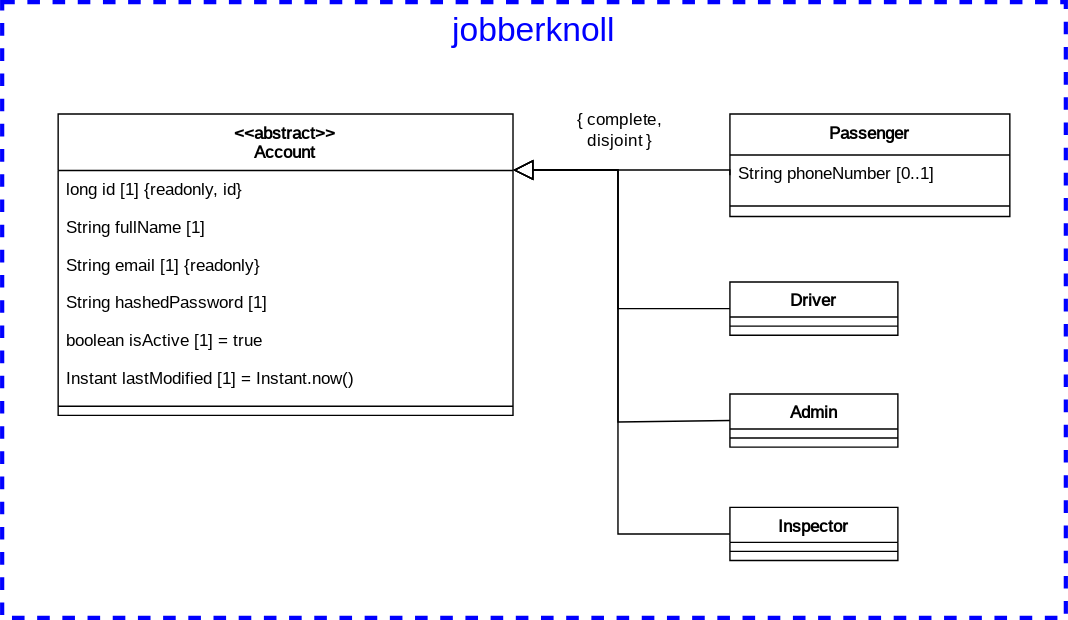
Above: documentation/course/e2/images/class-diagram-jobberknoll.drawio.svg in PWR-ACS-SE-24/SoftwareSystemDesign (draw.io), before the change. Source tidied: cells renumbered, new cells last; positions are measured from the earlier drawing's top-left corner, leaving out a move shared by most shapes.
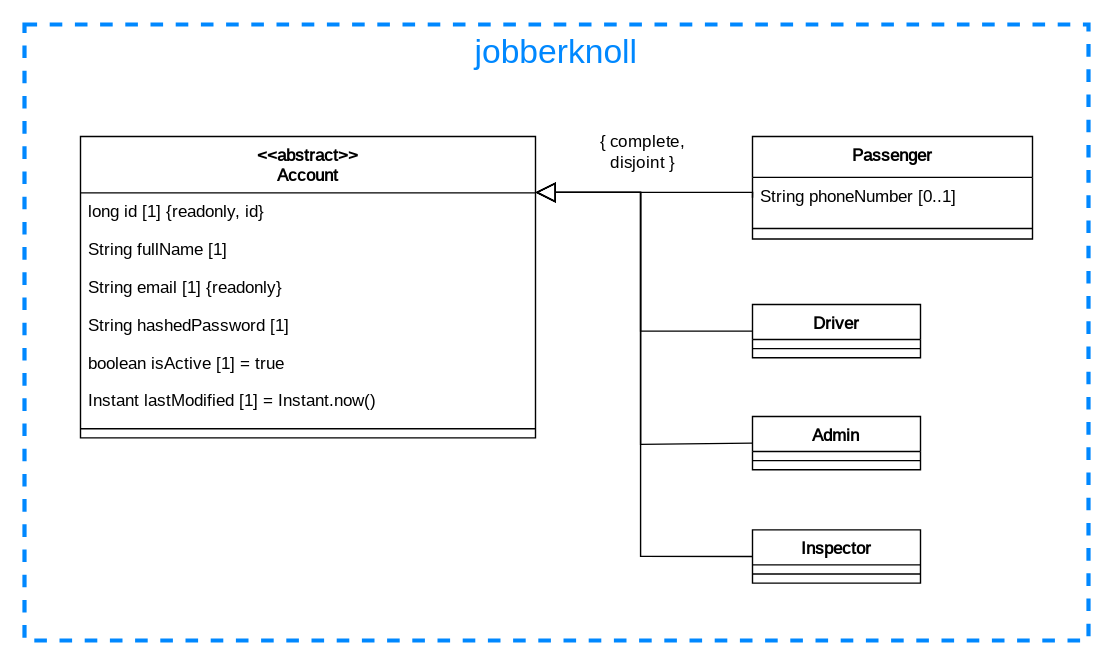
The same diagram one commit later.

What changed in the source:
```diff
@@ -2,10 +2,10 @@
   <root>
     <mxCell id="0" />
     <mxCell id="1" parent="0" />
-    <mxCell id="2" style="rounded=0;whiteSpace=wrap;html=1;dashed=1;strokeWidth=3;fillColor=none;strokeColor=#0000FF;" parent="1" vertex="1">
+    <mxCell id="2" style="rounded=0;whiteSpace=wrap;html=1;dashed=1;strokeWidth=3;fillColor=none;strokeColor=#0088ff;" parent="1" vertex="1">
       <mxGeometry width="760" height="440" as="geometry" />
     </mxCell>
-    <mxCell id="3" value="&lt;font color=&quot;#0000ff&quot;&gt;jobberknoll&lt;/font&gt;" style="text;html=1;align=center;verticalAlign=middle;whiteSpace=wrap;rounded=0;fillColor=none;strokeColor=none;fontColor=#009900;fontSize=24;" parent="1" vertex="1">
+    <mxCell id="3" value="&lt;font&gt;jobberknoll&lt;/font&gt;" style="text;html=1;align=center;verticalAlign=middle;whiteSpace=wrap;rounded=0;fillColor=none;strokeColor=none;fontColor=#0088ff;fontSize=24;" parent="1" vertex="1">
       <mxGeometry width="760" height="40" as="geometry" />
     </mxCell>
     <mxCell id="4" value="&lt;&lt;abstract&gt;&gt;&#10;Account" style="swimlane;fontStyle=1;align=center;verticalAlign=top;horizontal=1;startSize=40.285714285714285;fontFamily=JetBrains Mono;fontSource=https%3A%2F%2Ffonts.googleapis.com%2Fcss%3Ffamily%3DJetBrains%2BMono;" parent="1" vertex="1">
```
